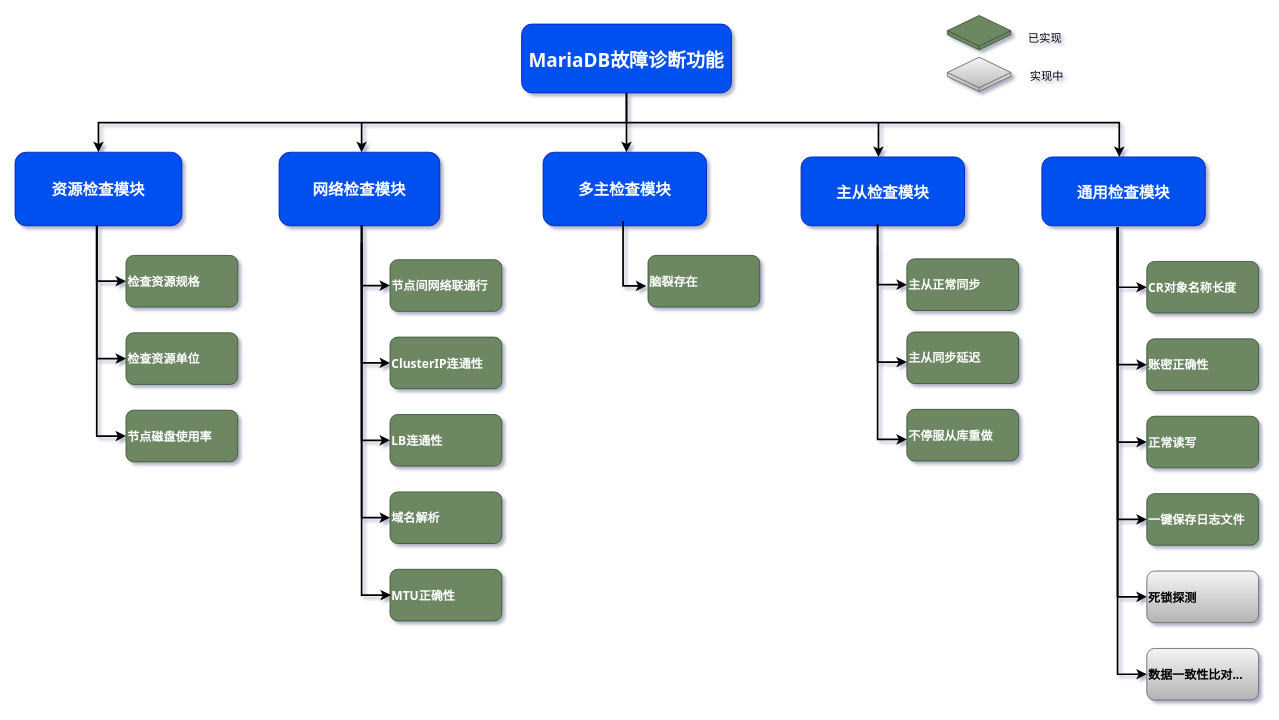
Above: mariadb_check.drawio in weichenjushi/images (draw.io), before the change. Source tidied: cells renumbered, new cells numbered last; positions are measured from the earlier drawing's top-left corner, leaving out a move shared by most shapes. Both pictures are drawn from the tidied source at 86%, with x=0, y=0 at pixel (15, 15).
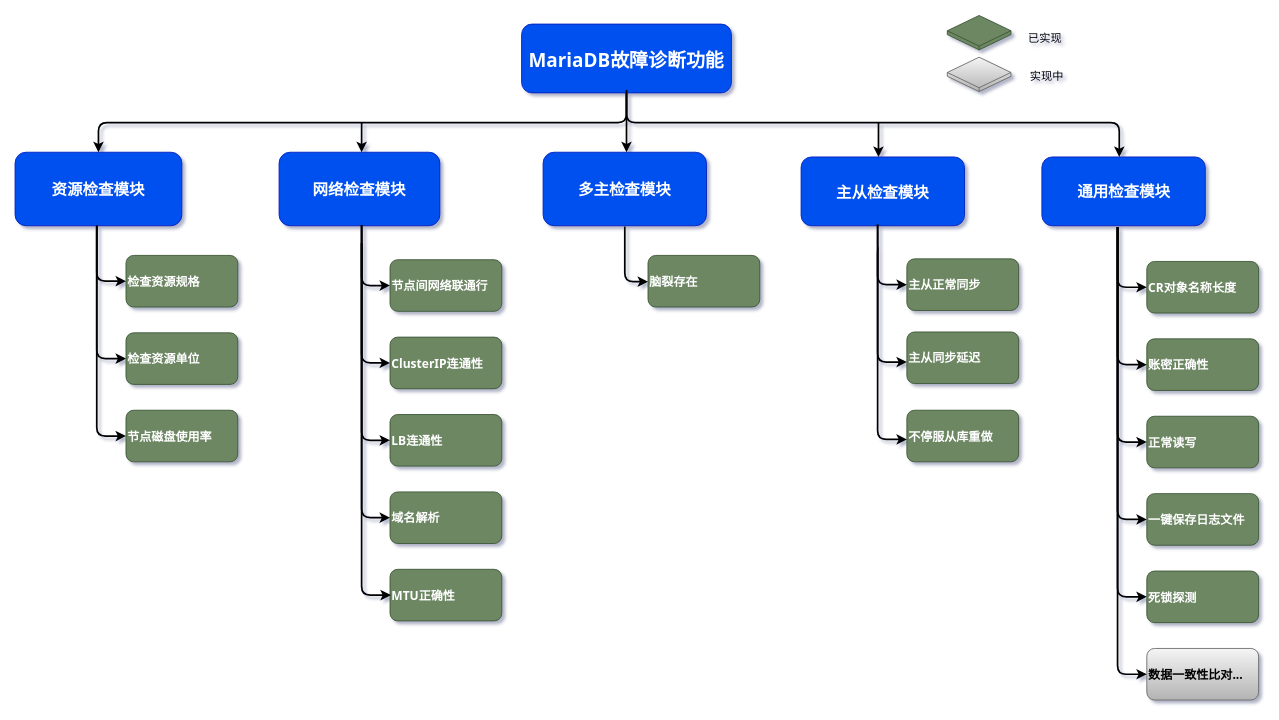
After the change.

The change refers to these unchanged cells:
```xml
<mxCell id="2" value="MariaDB故障诊断功能" style="rounded=1;fillColor=#0050ef;strokeColor=#001DBC;fontColor=#ffffff;fontStyle=1;fontFamily=Tahoma;fontSize=22;" parent="1" vertex="1">
  <mxGeometry x="589" y="9.5" width="244" height="80" as="geometry" />
</mxCell>
<mxCell id="7" value="资源检查模块" style="rounded=1;fillColor=#0050ef;strokeColor=#001DBC;fontStyle=1;fontFamily=Tahoma;fontSize=18;fontColor=#ffffff;" parent="1" vertex="1">
  <mxGeometry y="158.5" width="194" height="85.5" as="geometry" />
</mxCell>
<mxCell id="8" value="检查资源规格" style="rounded=1;fillColor=#6d8764;strokeColor=#3A5431;fontStyle=1;fontFamily=Tahoma;fontSize=14;align=left;fontColor=#ffffff;" parent="1" vertex="1">
  <mxGeometry x="129" y="278.5" width="130" height="60" as="geometry" />
</mxCell>
<mxCell id="9" value="检查资源单位" style="rounded=1;fillColor=#6d8764;strokeColor=#3A5431;fontStyle=1;fontFamily=Tahoma;fontSize=14;align=left;fontColor=#ffffff;" parent="1" vertex="1">
  <mxGeometry x="129" y="368.5" width="130" height="60" as="geometry" />
</mxCell>
<mxCell id="10" value="节点磁盘使用率" style="rounded=1;fillColor=#6d8764;strokeColor=#3A5431;fontStyle=1;fontFamily=Tahoma;fontSize=14;align=left;fontColor=#ffffff;" parent="1" vertex="1">
  <mxGeometry x="129" y="458.5" width="130" height="60" as="geometry" />
</mxCell>
<mxCell id="17" value="节点间网络联通行" style="rounded=1;fillColor=#6d8764;strokeColor=#3A5431;fontStyle=1;fontFamily=Tahoma;fontSize=14;align=left;fontColor=#ffffff;" parent="1" vertex="1">
  <mxGeometry x="436" y="283.5" width="130" height="60" as="geometry" />
</mxCell>
<mxCell id="18" value="ClusterIP连通性" style="rounded=1;fillColor=#6d8764;strokeColor=#3A5431;fontStyle=1;fontFamily=Tahoma;fontSize=14;align=left;fontColor=#ffffff;" parent="1" vertex="1">
  <mxGeometry x="436" y="373.5" width="130" height="60" as="geometry" />
</mxCell>
<mxCell id="19" value="LB连通性" style="rounded=1;fillColor=#6d8764;strokeColor=#3A5431;fontStyle=1;fontFamily=Tahoma;fontSize=14;align=left;fontColor=#ffffff;" parent="1" vertex="1">
  <mxGeometry x="436" y="463.5" width="130" height="60" as="geometry" />
</mxCell>
<mxCell id="20" value="域名解析" style="rounded=1;fillColor=#6d8764;strokeColor=#3A5431;fontStyle=1;fontFamily=Tahoma;fontSize=14;align=left;fontColor=#ffffff;" parent="1" vertex="1">
  <mxGeometry x="436" y="553.5" width="130" height="60" as="geometry" />
</mxCell>
<mxCell id="29" value="主从正常同步" style="rounded=1;fillColor=#6d8764;strokeColor=#3A5431;fontStyle=1;fontFamily=Tahoma;fontSize=14;align=left;fontColor=#ffffff;" parent="1" vertex="1">
  <mxGeometry x="1037" y="282.5" width="130" height="60" as="geometry" />
</mxCell>
<mxCell id="35" value="CR对象名称长度" style="rounded=1;fillColor=#6d8764;strokeColor=#3A5431;fontStyle=1;fontFamily=Tahoma;fontSize=14;align=left;fontColor=#ffffff;" parent="1" vertex="1">
  <mxGeometry x="1316" y="285.5" width="130" height="60" as="geometry" />
</mxCell>
<mxCell id="36" value="账密正确性" style="rounded=1;fillColor=#6d8764;strokeColor=#3A5431;fontStyle=1;fontFamily=Tahoma;fontSize=14;align=left;fontColor=#ffffff;" parent="1" vertex="1">
  <mxGeometry x="1316" y="375.5" width="130" height="60" as="geometry" />
</mxCell>
<mxCell id="37" value="正常读写" style="rounded=1;fillColor=#6d8764;strokeColor=#3A5431;fontStyle=1;fontFamily=Tahoma;fontSize=14;align=left;fontColor=#ffffff;" parent="1" vertex="1">
  <mxGeometry x="1316" y="465.5" width="130" height="60" as="geometry" />
</mxCell>
<mxCell id="38" value="一键保存日志文件" style="rounded=1;fillColor=#6d8764;strokeColor=#3A5431;fontStyle=1;fontFamily=Tahoma;fontSize=14;align=left;fontColor=#ffffff;" parent="1" vertex="1">
  <mxGeometry x="1316" y="555.5" width="130" height="60" as="geometry" />
</mxCell>
<mxCell id="40" value="数据一致性比对..." style="rounded=1;fillColor=#f5f5f5;gradientColor=#b3b3b3;strokeColor=#666666;fontStyle=1;fontFamily=Tahoma;fontSize=14;align=left;" parent="1" vertex="1">
  <mxGeometry x="1316" y="735.5" width="130" height="60" as="geometry" />
</mxCell>
```

What changed in the source:
```diff
@@
-    <mxCell id="3" value="通用检查模块" style="rounded=1;fillColor=#0050ef;strokeColor=#001DBC;fontColor=#ffffff;fontStyle=1;fontFamily=Tahoma;fontSize=18;" parent="1" vertex="1">
+    <mxCell id="3" value="通用检查模块" style="rounded=1;fillColor=#0050ef;strokeColor=#001DBC;fontColor=#ffffff;fontStyle=1;fontFamily=Tahoma;fontSize=18;labelBorderColor=none;labelBackgroundColor=none;spacing=0;html=1;" parent="1" vertex="1">
       <mxGeometry x="1194" y="164" width="190" height="80" as="geometry" />
     </mxCell>
-    <mxCell id="4" style="edgeStyle=elbowEdgeStyle;elbow=vertical;strokeWidth=2;rounded=0;" parent="1" edge="1" source="2" target="3">
+    <mxCell id="4" style="edgeStyle=elbowEdgeStyle;elbow=vertical;strokeWidth=2;rounded=1;" parent="1" edge="1" source="2" target="3">
       <mxGeometry x="166" y="92.5" as="geometry">
         <Array as="points">
           <mxPoint x="1284" y="124" />
           <mxPoint x="824" y="124" />
           <mxPoint x="1254" y="123" />
           <mxPoint x="1294" y="133" />
         </Array>
       </mxGeometry>
     </mxCell>
@@
-    <mxCell id="11" style="edgeStyle=elbowEdgeStyle;elbow=vertical;strokeWidth=2;rounded=0;" parent="1" edge="1">
+    <mxCell id="11" style="edgeStyle=elbowEdgeStyle;elbow=vertical;strokeWidth=2;rounded=1;" parent="1" edge="1">
       <mxGeometry x="177" y="102.5" as="geometry">
         <mxPoint x="403" y="124" as="sourcePoint" />
         <mxPoint x="403" y="158.5" as="targetPoint" />
       </mxGeometry>
     </mxCell>
-    <mxCell id="12" style="edgeStyle=elbowEdgeStyle;elbow=vertical;strokeWidth=2;rounded=0;" parent="1" edge="1" source="2" target="7">
+    <mxCell id="12" style="edgeStyle=elbowEdgeStyle;elbow=vertical;strokeWidth=2;rounded=1;" parent="1" edge="1" source="2" target="7">
       <mxGeometry x="-194" y="12.5" as="geometry" />
     </mxCell>
-    <mxCell id="13" style="edgeStyle=elbowEdgeStyle;elbow=horizontal;strokeWidth=2;rounded=0;" parent="1" edge="1" source="7" target="8">
+    <mxCell id="13" style="edgeStyle=elbowEdgeStyle;elbow=horizontal;strokeWidth=2;rounded=1;" parent="1" edge="1" source="7" target="8">
       <mxGeometry x="-65" y="12.5" as="geometry">
         <Array as="points">
           <mxPoint x="95" y="258.5" />
         </Array>
       </mxGeometry>
     </mxCell>
-    <mxCell id="14" style="edgeStyle=elbowEdgeStyle;elbow=horizontal;strokeWidth=2;rounded=0;" parent="1" edge="1" source="7" target="9">
+    <mxCell id="14" style="edgeStyle=elbowEdgeStyle;elbow=horizontal;strokeWidth=2;rounded=1;" parent="1" edge="1" source="7" target="9">
       <mxGeometry x="-65" y="12.5" as="geometry">
         <Array as="points">
           <mxPoint x="95" y="298.5" />
         </Array>
       </mxGeometry>
     </mxCell>
-    <mxCell id="15" style="edgeStyle=elbowEdgeStyle;elbow=horizontal;strokeWidth=2;rounded=0;entryX=0;entryY=0.5;entryDx=0;entryDy=0;" parent="1" edge="1" source="7" target="10">
+    <mxCell id="15" style="edgeStyle=elbowEdgeStyle;elbow=horizontal;strokeWidth=2;rounded=1;entryX=0;entryY=0.5;entryDx=0;entryDy=0;" parent="1" edge="1" source="7" target="10">
       <mxGeometry x="-65" y="12.5" as="geometry">
         <Array as="points">
           <mxPoint x="95" y="488.5" />
         </Array>
       </mxGeometry>
     </mxCell>
@@
-    <mxCell id="22" style="edgeStyle=elbowEdgeStyle;elbow=horizontal;strokeWidth=2;rounded=0;" parent="1" edge="1" target="17">
+    <mxCell id="22" style="edgeStyle=elbowEdgeStyle;elbow=horizontal;strokeWidth=2;rounded=1;" parent="1" edge="1" target="17">
       <mxGeometry x="243" y="17.5" as="geometry">
         <mxPoint x="403" y="243.5" as="sourcePoint" />
         <Array as="points">
           <mxPoint x="403" y="263.5" />
         </Array>
       </mxGeometry>
     </mxCell>
-    <mxCell id="23" style="edgeStyle=elbowEdgeStyle;elbow=horizontal;strokeWidth=2;rounded=0;" parent="1" edge="1" target="18">
+    <mxCell id="23" style="edgeStyle=elbowEdgeStyle;elbow=horizontal;strokeWidth=2;rounded=1;" parent="1" edge="1" target="18">
       <mxGeometry x="243" y="17.5" as="geometry">
         <mxPoint x="403" y="243.5" as="sourcePoint" />
         <Array as="points">
           <mxPoint x="403" y="303.5" />
         </Array>
       </mxGeometry>
     </mxCell>
-    <mxCell id="24" style="edgeStyle=elbowEdgeStyle;elbow=horizontal;strokeWidth=2;rounded=0;" parent="1" edge="1" target="19">
+    <mxCell id="24" style="edgeStyle=elbowEdgeStyle;elbow=horizontal;strokeWidth=2;rounded=1;" parent="1" edge="1" target="19">
       <mxGeometry x="243" y="17.5" as="geometry">
         <mxPoint x="403" y="243.5" as="sourcePoint" />
         <Array as="points">
           <mxPoint x="403" y="353.5" />
         </Array>
       </mxGeometry>
     </mxCell>
-    <mxCell id="25" style="edgeStyle=elbowEdgeStyle;elbow=horizontal;strokeWidth=2;rounded=0;" parent="1" edge="1" target="20">
+    <mxCell id="25" style="edgeStyle=elbowEdgeStyle;elbow=horizontal;strokeWidth=2;rounded=1;" parent="1" edge="1" target="20">
       <mxGeometry x="243" y="17.5" as="geometry">
         <mxPoint x="403" y="264" as="sourcePoint" />
         <Array as="points">
           <mxPoint x="403" y="403.5" />
         </Array>
       </mxGeometry>
     </mxCell>
-    <mxCell id="26" style="edgeStyle=elbowEdgeStyle;elbow=horizontal;strokeWidth=2;rounded=0;" parent="1" edge="1">
+    <mxCell id="26" style="edgeStyle=elbowEdgeStyle;elbow=horizontal;strokeWidth=2;rounded=1;" parent="1" edge="1">
       <mxGeometry x="243" y="-72.5" as="geometry">
         <mxPoint x="403" y="264" as="sourcePoint" />
         <mxPoint x="437" y="673.5" as="targetPoint" />
         <Array as="points">
           <mxPoint x="403" y="403.5" />
         </Array>
       </mxGeometry>
     </mxCell>
@@
-    <mxCell id="28" style="edgeStyle=elbowEdgeStyle;elbow=horizontal;strokeWidth=2;rounded=0;" parent="1" edge="1">
-      <mxGeometry x="547" y="12.5" as="geometry">
-        <mxPoint x="707" y="238.5" as="sourcePoint" />
-        <mxPoint x="734" y="314" as="targetPoint" />
+    <mxCell id="28" style="edgeStyle=elbowEdgeStyle;elbow=horizontal;strokeWidth=2;rounded=1;" parent="1" edge="1">
+      <mxGeometry x="549" y="7.5" as="geometry">
+        <mxPoint x="709" y="245" as="sourcePoint" />
+        <mxPoint x="736" y="309" as="targetPoint" />
         <Array as="points">
-          <mxPoint x="707" y="488.5" />
+          <mxPoint x="709" y="483.5" />
         </Array>
       </mxGeometry>
     </mxCell>
@@
     <mxCell id="31" value="不停服从库重做" style="rounded=1;fillColor=#6d8764;strokeColor=#3A5431;fontStyle=1;fontFamily=Tahoma;fontSize=14;align=left;fontColor=#ffffff;" parent="1" vertex="1">
-      <mxGeometry x="1037" y="457.5" width="130" height="60" as="geometry" />
+      <mxGeometry x="1037" y="458.5" width="130" height="60" as="geometry" />
     </mxCell>
-    <mxCell id="32" style="edgeStyle=elbowEdgeStyle;elbow=horizontal;strokeWidth=2;rounded=0;" parent="1" edge="1" target="29">
+    <mxCell id="32" style="edgeStyle=elbowEdgeStyle;elbow=horizontal;strokeWidth=2;rounded=1;" parent="1" edge="1" target="29">
       <mxGeometry x="843" y="16.5" as="geometry">
         <mxPoint x="1003" y="242.5" as="sourcePoint" />
         <Array as="points">
           <mxPoint x="1003" y="262.5" />
         </Array>
       </mxGeometry>
     </mxCell>
-    <mxCell id="33" style="edgeStyle=elbowEdgeStyle;elbow=horizontal;strokeWidth=2;rounded=0;" parent="1" edge="1">
+    <mxCell id="33" style="edgeStyle=elbowEdgeStyle;elbow=horizontal;strokeWidth=2;rounded=1;" parent="1" edge="1">
       <mxGeometry x="843" y="16.5" as="geometry">
         <mxPoint x="1003" y="242.5" as="sourcePoint" />
         <mxPoint x="1037" y="402.5" as="targetPoint" />
         <Array as="points">
           <mxPoint x="1003" y="302.5" />
         </Array>
       </mxGeometry>
     </mxCell>
-    <mxCell id="34" style="edgeStyle=elbowEdgeStyle;elbow=horizontal;strokeWidth=2;rounded=0;entryX=0;entryY=0.5;entryDx=0;entryDy=0;" parent="1" edge="1">
+    <mxCell id="34" style="edgeStyle=elbowEdgeStyle;elbow=horizontal;strokeWidth=2;rounded=1;entryX=0;entryY=0.5;entryDx=0;entryDy=0;" parent="1" edge="1">
       <mxGeometry x="843" y="16.5" as="geometry">
         <mxPoint x="1004" y="269" as="sourcePoint" />
         <mxPoint x="1037" y="492.5" as="targetPoint" />
         <Array as="points">
           <mxPoint x="1003" y="492.5" />
         </Array>
       </mxGeometry>
     </mxCell>
@@
-    <mxCell id="39" value="死锁探测" style="rounded=1;fillColor=#f5f5f5;strokeColor=#666666;fontStyle=1;fontFamily=Tahoma;fontSize=14;align=left;gradientColor=#b3b3b3;" parent="1" vertex="1">
+    <mxCell id="39" value="死锁探测" style="rounded=1;fillColor=#6d8764;strokeColor=#3A5431;fontStyle=1;fontFamily=Tahoma;fontSize=14;align=left;fontColor=#ffffff;" parent="1" vertex="1">
       <mxGeometry x="1316" y="645.5" width="130" height="60" as="geometry" />
     </mxCell>
@@
-    <mxCell id="41" style="edgeStyle=elbowEdgeStyle;elbow=horizontal;strokeWidth=2;rounded=0;" parent="1" edge="1" target="35">
+    <mxCell id="41" style="edgeStyle=elbowEdgeStyle;elbow=horizontal;strokeWidth=2;rounded=1;" parent="1" edge="1" target="35">
       <mxGeometry x="1122" y="19.5" as="geometry">
         <mxPoint x="1282" y="245.5" as="sourcePoint" />
         <Array as="points">
           <mxPoint x="1282" y="265.5" />
         </Array>
       </mxGeometry>
     </mxCell>
-    <mxCell id="42" style="edgeStyle=elbowEdgeStyle;elbow=horizontal;strokeWidth=2;rounded=0;" parent="1" edge="1" target="36">
+    <mxCell id="42" style="edgeStyle=elbowEdgeStyle;elbow=horizontal;strokeWidth=2;rounded=1;" parent="1" edge="1" target="36">
       <mxGeometry x="1122" y="19.5" as="geometry">
         <mxPoint x="1282" y="245.5" as="sourcePoint" />
         <Array as="points">
           <mxPoint x="1282" y="305.5" />
         </Array>
       </mxGeometry>
     </mxCell>
-    <mxCell id="43" style="edgeStyle=elbowEdgeStyle;elbow=horizontal;strokeWidth=2;rounded=0;" parent="1" edge="1" target="37">
+    <mxCell id="43" style="edgeStyle=elbowEdgeStyle;elbow=horizontal;strokeWidth=2;rounded=1;" parent="1" edge="1" target="37">
       <mxGeometry x="1122" y="19.5" as="geometry">
         <mxPoint x="1282" y="245.5" as="sourcePoint" />
         <Array as="points">
           <mxPoint x="1282" y="355.5" />
         </Array>
       </mxGeometry>
     </mxCell>
-    <mxCell id="44" style="edgeStyle=elbowEdgeStyle;elbow=horizontal;strokeWidth=2;rounded=0;" parent="1" edge="1" target="38">
+    <mxCell id="44" style="edgeStyle=elbowEdgeStyle;elbow=horizontal;strokeWidth=2;rounded=1;" parent="1" edge="1" target="38">
       <mxGeometry x="1122" y="19.5" as="geometry">
         <mxPoint x="1282" y="245.5" as="sourcePoint" />
         <Array as="points">
           <mxPoint x="1282" y="405.5" />
         </Array>
       </mxGeometry>
     </mxCell>
-    <mxCell id="45" style="edgeStyle=elbowEdgeStyle;elbow=horizontal;strokeWidth=2;rounded=0;" parent="1" edge="1" target="39">
+    <mxCell id="45" style="edgeStyle=elbowEdgeStyle;elbow=horizontal;strokeWidth=2;rounded=1;" parent="1" edge="1" target="39">
       <mxGeometry x="1122" y="19.5" as="geometry">
         <mxPoint x="1282" y="245.5" as="sourcePoint" />
         <Array as="points">
           <mxPoint x="1282" y="445.5" />
         </Array>
       </mxGeometry>
     </mxCell>
-    <mxCell id="46" style="edgeStyle=elbowEdgeStyle;elbow=horizontal;strokeWidth=2;rounded=0;" parent="1" edge="1" target="40">
+    <mxCell id="46" style="edgeStyle=elbowEdgeStyle;elbow=horizontal;strokeWidth=2;rounded=1;" parent="1" edge="1" target="40">
       <mxGeometry x="1122" y="19.5" as="geometry">
         <mxPoint x="1282" y="245.5" as="sourcePoint" />
         <Array as="points">
           <mxPoint x="1282" y="495.5" />
         </Array>
       </mxGeometry>
     </mxCell>
-    <mxCell id="47" style="edgeStyle=elbowEdgeStyle;elbow=vertical;strokeWidth=2;rounded=0;" parent="1" edge="1">
+    <mxCell id="47" style="edgeStyle=elbowEdgeStyle;elbow=vertical;strokeWidth=2;rounded=1;" parent="1" edge="1">
       <mxGeometry x="485" y="102.5" as="geometry">
-        <mxPoint x="711" y="124" as="sourcePoint" />
+        <mxPoint x="711" y="86" as="sourcePoint" />
         <mxPoint x="711" y="158.5" as="targetPoint" />
       </mxGeometry>
     </mxCell>
-    <mxCell id="48" style="edgeStyle=elbowEdgeStyle;elbow=vertical;strokeWidth=2;rounded=0;" parent="1" edge="1">
+    <mxCell id="48" style="edgeStyle=elbowEdgeStyle;elbow=vertical;strokeWidth=2;rounded=1;" parent="1" edge="1">
       <mxGeometry x="778" y="108" as="geometry">
         <mxPoint x="1004" y="124" as="sourcePoint" />
         <mxPoint x="1004" y="164" as="targetPoint" />
       </mxGeometry>
     </mxCell>
-    <mxCell id="49" style="html=1;whiteSpace=wrap;shape=isoCube2;backgroundOutline=1;isoAngle=15;fontSize=18;fillColor=#f5f5f5;gradientColor=#b3b3b3;strokeColor=#666666;" parent="1" vertex="1">
+    <mxCell id="49" style="html=1;whiteSpace=wrap;shape=isoCube2;backgroundOutline=1;isoAngle=15;fontSize=18;fillColor=#f5f5f5;gradientColor=#b3b3b3;strokeColor=#666666;rounded=1;" parent="1" vertex="1">
       <mxGeometry x="1084" y="48" width="74" height="40" as="geometry" />
     </mxCell>
-    <mxCell id="50" value="&lt;font style=&quot;font-size: 13px&quot;&gt;已实现&lt;/font&gt;" style="text;html=1;strokeColor=none;fillColor=none;align=center;verticalAlign=middle;whiteSpace=wrap;rounded=0;fontSize=18;" parent="1" vertex="1">
+    <mxCell id="50" value="&lt;font style=&quot;font-size: 13px&quot;&gt;已实现&lt;/font&gt;" style="text;html=1;strokeColor=none;fillColor=none;align=center;verticalAlign=middle;whiteSpace=wrap;rounded=1;fontSize=18;" parent="1" vertex="1">
       <mxGeometry x="1168" y="9.5" width="60" height="30" as="geometry" />
     </mxCell>
-    <mxCell id="51" value="&lt;font style=&quot;font-size: 13px&quot;&gt;实现中&lt;/font&gt;" style="text;html=1;strokeColor=none;fillColor=none;align=center;verticalAlign=middle;whiteSpace=wrap;rounded=0;fontSize=18;" parent="1" vertex="1">
+    <mxCell id="51" value="&lt;font style=&quot;font-size: 13px&quot;&gt;实现中&lt;/font&gt;" style="text;html=1;strokeColor=none;fillColor=none;align=center;verticalAlign=middle;whiteSpace=wrap;rounded=1;fontSize=18;" parent="1" vertex="1">
       <mxGeometry x="1170" y="54" width="60" height="30" as="geometry" />
     </mxCell>
-    <mxCell id="52" style="html=1;whiteSpace=wrap;shape=isoCube2;backgroundOutline=1;isoAngle=15;fontSize=18;fillColor=#6d8764;strokeColor=#3A5431;fontColor=#ffffff;" parent="1" vertex="1">
+    <mxCell id="52" style="html=1;whiteSpace=wrap;shape=isoCube2;backgroundOutline=1;isoAngle=15;fontSize=18;fillColor=#6d8764;strokeColor=#3A5431;fontColor=#ffffff;rounded=1;" parent="1" vertex="1">
       <mxGeometry x="1084" y="-0.5" width="74" height="40" as="geometry" />
     </mxCell>
```
